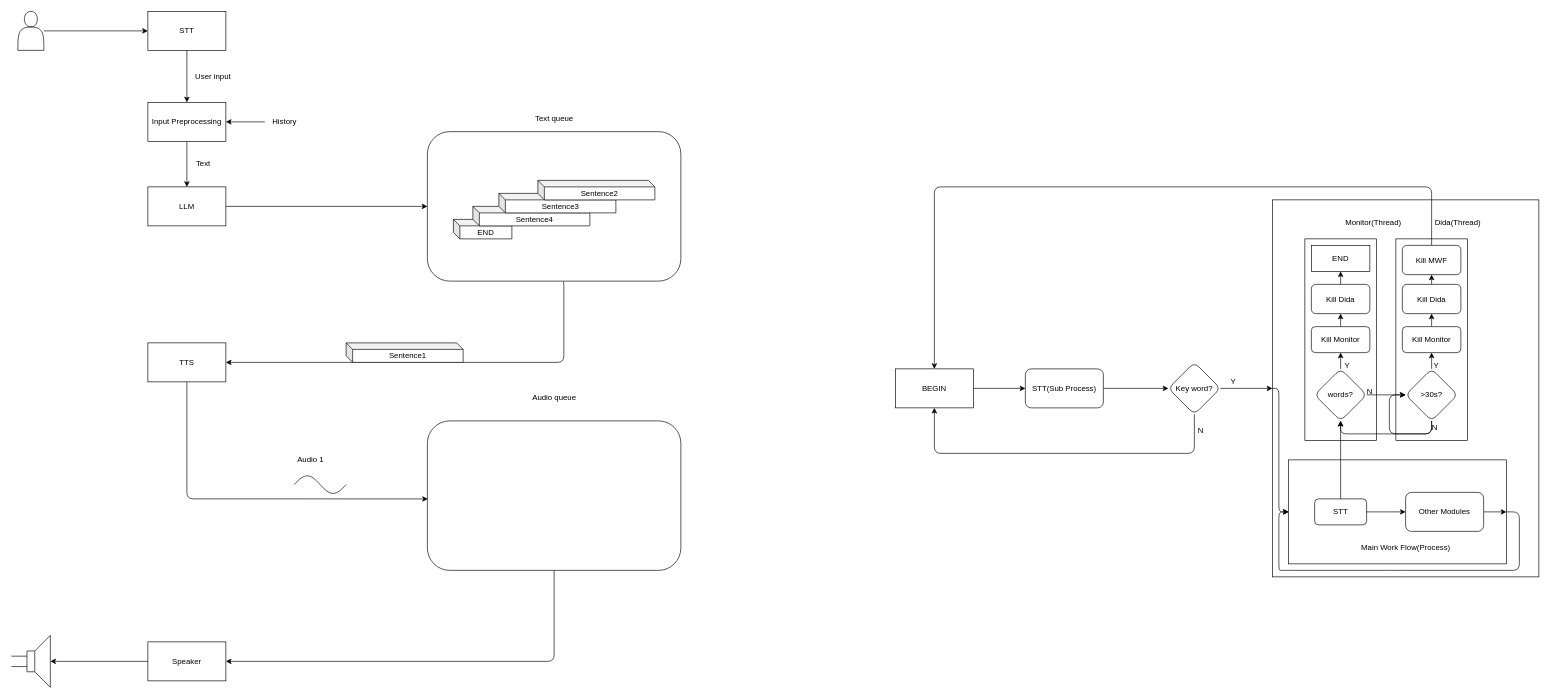
480284856/AsyncAudioChat keeps this draw.io diagram as arch/architecture.drawio. Above is the earlier version. Source tidied: cells renumbered, new cells numbered last; positions are measured from the earlier drawing's top-left corner, leaving out a move shared by most shapes. Both pictures are drawn from the tidied source at 65%, with x=0, y=0 at pixel (11, 11).
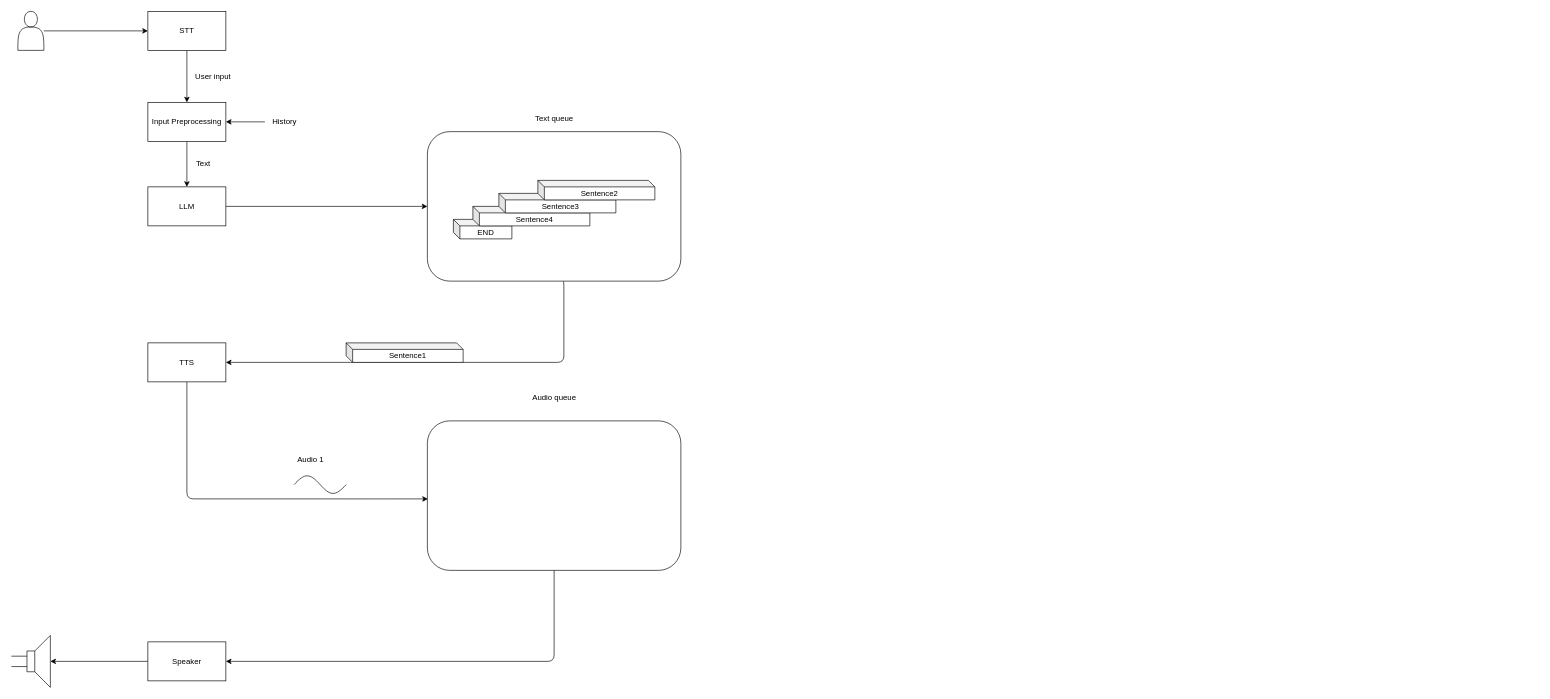
Above is the later version.

The edit, as a diff of the source:
```diff
@@
-    <mxCell id="2" style="rounded=0;whiteSpace=wrap;html=1;" parent="1" vertex="1">
-      <mxGeometry x="1940" y="290" width="410" height="580" as="geometry" />
-    </mxCell>
-    <mxCell id="3" style="edgeStyle=none;html=1;exitX=0;exitY=0.5;exitDx=0;exitDy=0;entryX=0;entryY=0.5;entryDx=0;entryDy=0;" parent="1" edge="1" source="2" target="69">
-      <mxGeometry relative="1" as="geometry">
-        <Array as="points">
-          <mxPoint x="1950" y="580" />
-          <mxPoint x="1950" y="770" />
-        </Array>
-      </mxGeometry>
-    </mxCell>
-    <mxCell id="4" style="rounded=0;whiteSpace=wrap;html=1;" parent="1" vertex="1">
-      <mxGeometry x="2130" y="350" width="110" height="310" as="geometry" />
-    </mxCell>
-    <mxCell id="5" style="rounded=0;whiteSpace=wrap;html=1;" parent="1" vertex="1">
-      <mxGeometry x="1990" y="350" width="110" height="310" as="geometry" />
-    </mxCell>
@@
-    <mxCell id="36" style="edgeStyle=none;html=1;" parent="1" edge="1" source="37" target="40">
-      <mxGeometry relative="1" as="geometry" />
-    </mxCell>
-    <mxCell id="37" value="STT(Sub Process)" style="rounded=1;whiteSpace=wrap;html=1;" parent="1" vertex="1">
-      <mxGeometry x="1560" y="550" width="120" height="60" as="geometry" />
-    </mxCell>
-    <mxCell id="38" style="edgeStyle=none;html=1;entryX=0;entryY=0.5;entryDx=0;entryDy=0;" parent="1" edge="1" source="40" target="2">
-      <mxGeometry relative="1" as="geometry" />
-    </mxCell>
-    <mxCell id="39" style="edgeStyle=none;html=1;entryX=0.5;entryY=1;entryDx=0;entryDy=0;" parent="1" edge="1" source="40" target="42">
-      <mxGeometry relative="1" as="geometry">
-        <Array as="points">
-          <mxPoint x="1820" y="680" />
-          <mxPoint x="1420" y="680" />
-        </Array>
-      </mxGeometry>
-    </mxCell>
-    <mxCell id="40" value="Key word?" style="rhombus;whiteSpace=wrap;html=1;rounded=1;" parent="1" vertex="1">
-      <mxGeometry x="1780" y="540" width="80" height="80" as="geometry" />
-    </mxCell>
-    <mxCell id="41" style="edgeStyle=none;html=1;entryX=0;entryY=0.5;entryDx=0;entryDy=0;" parent="1" edge="1" source="42" target="37">
-      <mxGeometry relative="1" as="geometry" />
-    </mxCell>
-    <mxCell id="42" value="BEGIN" style="rounded=0;whiteSpace=wrap;html=1;" parent="1" vertex="1">
-      <mxGeometry x="1360" y="550" width="120" height="60" as="geometry" />
-    </mxCell>
-    <mxCell id="43" value="N" style="text;html=1;strokeColor=none;fillColor=none;align=center;verticalAlign=middle;whiteSpace=wrap;rounded=0;" parent="1" vertex="1">
-      <mxGeometry x="1800" y="630" width="60" height="30" as="geometry" />
-    </mxCell>
-    <mxCell id="44" value="Y" style="text;html=1;strokeColor=none;fillColor=none;align=center;verticalAlign=middle;whiteSpace=wrap;rounded=0;" parent="1" vertex="1">
-      <mxGeometry x="1860" y="560" width="40" height="20" as="geometry" />
-    </mxCell>
-    <mxCell id="45" style="edgeStyle=none;html=1;" parent="1" edge="1" source="47" target="49">
-      <mxGeometry relative="1" as="geometry" />
-    </mxCell>
-    <mxCell id="46" style="edgeStyle=none;html=1;entryX=0;entryY=0.5;entryDx=0;entryDy=0;" parent="1" edge="1" source="47" target="54">
-      <mxGeometry relative="1" as="geometry" />
-    </mxCell>
-    <mxCell id="47" value="words?" style="rhombus;whiteSpace=wrap;html=1;rounded=1;" parent="1" vertex="1">
-      <mxGeometry x="2005" y="550" width="80" height="80" as="geometry" />
-    </mxCell>
-    <mxCell id="48" style="edgeStyle=none;html=1;" parent="1" edge="1" source="49" target="61">
-      <mxGeometry relative="1" as="geometry" />
-    </mxCell>
-    <mxCell id="49" value="Kill Monitor" style="whiteSpace=wrap;html=1;rounded=1;" parent="1" vertex="1">
-      <mxGeometry x="2000" y="485" width="90" height="40" as="geometry" />
-    </mxCell>
-    <mxCell id="50" value="Y" style="text;html=1;align=center;verticalAlign=middle;strokeColor=none;fillColor=none;" parent="1" vertex="1">
-      <mxGeometry x="2040" y="530" width="30" height="30" as="geometry" />
-    </mxCell>
-    <mxCell id="51" style="edgeStyle=none;html=1;entryX=0.5;entryY=0;entryDx=0;entryDy=0;exitX=0.5;exitY=0;exitDx=0;exitDy=0;" parent="1" edge="1" source="68" target="42">
-      <mxGeometry relative="1" as="geometry">
-        <Array as="points">
-          <mxPoint x="2185" y="270" />
-          <mxPoint x="1420" y="270" />
-        </Array>
-      </mxGeometry>
-    </mxCell>
-    <mxCell id="52" style="edgeStyle=none;html=1;entryX=0.5;entryY=1;entryDx=0;entryDy=0;exitX=0.5;exitY=1;exitDx=0;exitDy=0;" parent="1" edge="1" source="54" target="47">
-      <mxGeometry relative="1" as="geometry">
-        <Array as="points">
-          <mxPoint x="2185" y="650" />
-          <mxPoint x="2045" y="650" />
-        </Array>
-      </mxGeometry>
-    </mxCell>
-    <mxCell id="53" style="edgeStyle=none;html=1;" parent="1" edge="1" source="54" target="63">
-      <mxGeometry relative="1" as="geometry" />
-    </mxCell>
-    <mxCell id="54" value="&amp;gt;30s?" style="rhombus;whiteSpace=wrap;html=1;rounded=1;" parent="1" vertex="1">
-      <mxGeometry x="2145" y="550" width="80" height="80" as="geometry" />
-    </mxCell>
-    <mxCell id="55" value="Dida(Thread)" style="text;html=1;align=center;verticalAlign=middle;strokeColor=none;fillColor=none;" parent="1" vertex="1">
-      <mxGeometry x="2180" y="310" width="90" height="30" as="geometry" />
-    </mxCell>
-    <mxCell id="56" value="&lt;span style=&quot;&quot;&gt;Monitor(&lt;/span&gt;Thread)" style="text;html=1;align=center;verticalAlign=middle;strokeColor=none;fillColor=none;" parent="1" vertex="1">
-      <mxGeometry x="2040" y="310" width="110" height="30" as="geometry" />
-    </mxCell>
-    <mxCell id="57" value="N" style="text;html=1;strokeColor=none;fillColor=none;align=center;verticalAlign=middle;whiteSpace=wrap;rounded=0;" parent="1" vertex="1">
-      <mxGeometry x="2080" y="575" width="20" height="20" as="geometry" />
-    </mxCell>
-    <mxCell id="58" value="N" style="text;html=1;strokeColor=none;fillColor=none;align=center;verticalAlign=middle;whiteSpace=wrap;rounded=0;" parent="1" vertex="1">
-      <mxGeometry x="2180" y="630" width="20" height="20" as="geometry" />
-    </mxCell>
-    <mxCell id="59" value="Y" style="text;html=1;strokeColor=none;fillColor=none;align=center;verticalAlign=middle;whiteSpace=wrap;rounded=0;" parent="1" vertex="1">
-      <mxGeometry x="2185" y="535" width="15" height="20" as="geometry" />
-    </mxCell>
-    <mxCell id="60" style="edgeStyle=none;html=1;entryX=0.5;entryY=1;entryDx=0;entryDy=0;" parent="1" edge="1" source="61" target="66">
-      <mxGeometry relative="1" as="geometry" />
-    </mxCell>
-    <mxCell id="61" value="Kill Dida" style="whiteSpace=wrap;html=1;rounded=1;" parent="1" vertex="1">
-      <mxGeometry x="2000" y="420" width="90" height="45" as="geometry" />
-    </mxCell>
-    <mxCell id="62" style="edgeStyle=none;html=1;entryX=0.5;entryY=1;entryDx=0;entryDy=0;" parent="1" edge="1" source="63" target="65">
-      <mxGeometry relative="1" as="geometry" />
-    </mxCell>
-    <mxCell id="63" value="Kill Monitor" style="whiteSpace=wrap;html=1;rounded=1;" parent="1" vertex="1">
-      <mxGeometry x="2140" y="485" width="90" height="40" as="geometry" />
-    </mxCell>
-    <mxCell id="64" style="edgeStyle=none;html=1;entryX=0.5;entryY=1;entryDx=0;entryDy=0;" parent="1" edge="1" source="65" target="68">
-      <mxGeometry relative="1" as="geometry" />
-    </mxCell>
-    <mxCell id="65" value="Kill Dida" style="whiteSpace=wrap;html=1;rounded=1;" parent="1" vertex="1">
-      <mxGeometry x="2140" y="420" width="90" height="45" as="geometry" />
-    </mxCell>
-    <mxCell id="66" value="END" style="rounded=0;whiteSpace=wrap;html=1;" parent="1" vertex="1">
-      <mxGeometry x="2000" y="360" width="90" height="40" as="geometry" />
-    </mxCell>
-    <mxCell id="67" style="edgeStyle=none;html=1;entryX=0;entryY=0.5;entryDx=0;entryDy=0;exitX=0.5;exitY=1;exitDx=0;exitDy=0;" parent="1" edge="1" source="54" target="54">
-      <mxGeometry relative="1" as="geometry">
-        <Array as="points">
-          <mxPoint x="2185" y="650" />
-          <mxPoint x="2120" y="650" />
-          <mxPoint x="2120" y="590" />
-        </Array>
-      </mxGeometry>
-    </mxCell>
-    <mxCell id="68" value="Kill MWF" style="whiteSpace=wrap;html=1;rounded=1;" parent="1" vertex="1">
-      <mxGeometry x="2140" y="360" width="90" height="45" as="geometry" />
-    </mxCell>
-    <mxCell id="69" style="rounded=0;whiteSpace=wrap;html=1;" parent="1" vertex="1">
-      <mxGeometry x="1965" y="690" width="335" height="160" as="geometry" />
-    </mxCell>
-    <mxCell id="70" value="STT" style="rounded=1;whiteSpace=wrap;html=1;" parent="1" vertex="1">
-      <mxGeometry x="2005" y="750" width="80" height="40" as="geometry" />
-    </mxCell>
-    <mxCell id="71" style="edgeStyle=none;html=1;exitX=1;exitY=0.5;exitDx=0;exitDy=0;entryX=1;entryY=0.5;entryDx=0;entryDy=0;" parent="1" edge="1" source="72" target="69">
-      <mxGeometry relative="1" as="geometry" />
-    </mxCell>
-    <mxCell id="72" value="Other Modules" style="whiteSpace=wrap;html=1;rounded=1;" parent="1" vertex="1">
-      <mxGeometry x="2145" y="740" width="120" height="60" as="geometry" />
-    </mxCell>
-    <mxCell id="73" style="edgeStyle=none;html=1;" parent="1" edge="1" source="70" target="72">
-      <mxGeometry relative="1" as="geometry" />
-    </mxCell>
-    <mxCell id="74" value="Main Work Flow(Process)" style="text;html=1;align=center;verticalAlign=middle;strokeColor=none;fillColor=none;" parent="1" vertex="1">
-      <mxGeometry x="2065" y="810" width="160" height="30" as="geometry" />
-    </mxCell>
-    <mxCell id="75" style="edgeStyle=none;html=1;entryX=0;entryY=0.5;entryDx=0;entryDy=0;exitX=1;exitY=0.5;exitDx=0;exitDy=0;" parent="1" edge="1" source="69" target="69">
-      <mxGeometry relative="1" as="geometry">
-        <Array as="points">
-          <mxPoint x="2320" y="770" />
-          <mxPoint x="2320" y="860" />
-          <mxPoint x="2130" y="860" />
-          <mxPoint x="1960" y="860" />
-          <mxPoint x="1950" y="860" />
-          <mxPoint x="1950" y="770" />
-        </Array>
-      </mxGeometry>
-    </mxCell>
-    <mxCell id="76" style="edgeStyle=none;html=1;exitX=0.5;exitY=0;exitDx=0;exitDy=0;" parent="1" edge="1" source="70" target="47">
-      <mxGeometry relative="1" as="geometry" />
-    </mxCell>
```
